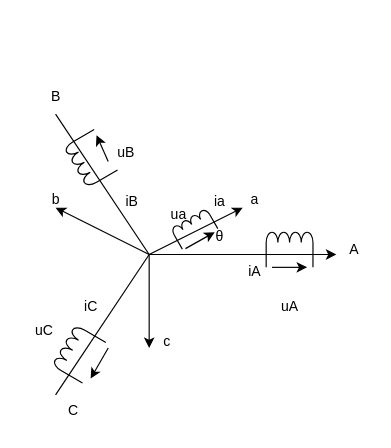
Above: 同步电机和异步电机数学模型.drawio in Vinson-001/Blog-flow-chart (draw.io), before the change. Source tidied: cells renumbered, new cells numbered last; positions are measured from the earlier drawing's top-left corner, leaving out a move shared by most shapes. Both pictures are drawn from the tidied source at 117%, with x=0, y=0 at pixel (20, 78).
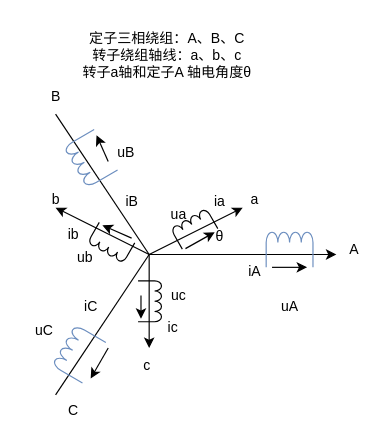
Above is the later version.

Commit message (it also covers changes not shown here):
更新同步电机和异步电机数学模型.drawio

Diff of the diagram source:
```diff
@@
     <mxCell id="13" value="c" style="text;html=1;align=center;verticalAlign=middle;strokeColor=none;fillColor=none;" parent="1" vertex="1">
-      <mxGeometry x="110" y="210" width="30" height="30" as="geometry" />
+      <mxGeometry x="93" y="230" width="30" height="30" as="geometry" />
     </mxCell>
-    <mxCell id="14" style="verticalLabelPosition=bottom;shadow=0;dashed=0;align=center;html=1;verticalAlign=top;shape=mxgraph.electrical.inductors.inductor;" parent="1" vertex="1">
+    <mxCell id="14" style="verticalLabelPosition=bottom;shadow=0;dashed=0;align=center;html=1;verticalAlign=top;shape=mxgraph.electrical.inductors.inductor;fillColor=#dae8fc;strokeColor=#6c8ebf;" parent="1" vertex="1">
       <mxGeometry x="210" y="131" width="40" height="30" as="geometry" />
     </mxCell>
-    <mxCell id="15" style="verticalLabelPosition=bottom;shadow=0;dashed=0;align=center;html=1;verticalAlign=top;shape=mxgraph.electrical.inductors.inductor;direction=north;rotation=-30;" parent="1" vertex="1">
+    <mxCell id="15" style="verticalLabelPosition=bottom;shadow=0;dashed=0;align=center;html=1;verticalAlign=top;shape=mxgraph.electrical.inductors.inductor;direction=north;rotation=-30;fillColor=#dae8fc;strokeColor=#6c8ebf;" parent="1" vertex="1">
       <mxGeometry x="45" y="48" width="30" height="40" as="geometry" />
     </mxCell>
-    <mxCell id="16" style="verticalLabelPosition=bottom;shadow=0;dashed=0;align=center;html=1;verticalAlign=top;shape=mxgraph.electrical.inductors.inductor;rotation=-60;" parent="1" vertex="1">
+    <mxCell id="16" style="verticalLabelPosition=bottom;shadow=0;dashed=0;align=center;html=1;verticalAlign=top;shape=mxgraph.electrical.inductors.inductor;rotation=-60;fillColor=#dae8fc;strokeColor=#6c8ebf;" parent="1" vertex="1">
       <mxGeometry x="30" y="220" width="40" height="30" as="geometry" />
     </mxCell>
@@
+    <mxCell id="31" style="verticalLabelPosition=bottom;shadow=0;dashed=0;align=center;html=1;verticalAlign=top;shape=mxgraph.electrical.inductors.inductor;rotation=-150;" parent="1" vertex="1">
+      <mxGeometry x="60" y="130" width="35" height="20" as="geometry" />
+    </mxCell>
+    <mxCell id="32" value="ib" style="text;html=1;align=center;verticalAlign=middle;strokeColor=none;fillColor=none;" parent="1" vertex="1">
+      <mxGeometry x="30" y="118" width="30" height="30" as="geometry" />
+    </mxCell>
+    <mxCell id="33" style="endArrow=classic;html=1;rounded=0;" parent="1" edge="1">
+      <mxGeometry relative="1" as="geometry">
+        <mxPoint x="95" y="136" as="sourcePoint" />
+        <mxPoint x="70" y="125" as="targetPoint" />
+      </mxGeometry>
+    </mxCell>
+    <mxCell id="34" value="ub" style="text;html=1;align=center;verticalAlign=middle;strokeColor=none;fillColor=none;" parent="1" vertex="1">
+      <mxGeometry x="35" y="138" width="40" height="30" as="geometry" />
+    </mxCell>
+    <mxCell id="35" style="verticalLabelPosition=bottom;shadow=0;dashed=0;align=center;html=1;verticalAlign=top;shape=mxgraph.electrical.inductors.inductor;rotation=90;" parent="1" vertex="1">
+      <mxGeometry x="93" y="180" width="35" height="20" as="geometry" />
+    </mxCell>
+    <mxCell id="36" value="ic" style="text;html=1;align=center;verticalAlign=middle;strokeColor=none;fillColor=none;" parent="1" vertex="1">
+      <mxGeometry x="115" y="198" width="30" height="30" as="geometry" />
+    </mxCell>
+    <mxCell id="37" style="endArrow=classic;html=1;rounded=0;" parent="1" edge="1">
+      <mxGeometry relative="1" as="geometry">
+        <mxPoint x="103" y="185" as="sourcePoint" />
+        <mxPoint x="103" y="205" as="targetPoint" />
+      </mxGeometry>
+    </mxCell>
+    <mxCell id="38" value="uc" style="text;html=1;align=center;verticalAlign=middle;strokeColor=none;fillColor=none;" parent="1" vertex="1">
+      <mxGeometry x="115" y="170" width="40" height="30" as="geometry" />
+    </mxCell>
+    <mxCell id="39" value="定子三相绕组：A、B、C&lt;div&gt;转子绕组轴线：a、b、c&lt;/div&gt;&lt;div&gt;转子a轴和定子A 轴电角度θ&lt;/div&gt;" style="text;html=1;align=center;verticalAlign=middle;strokeColor=none;fillColor=none;" parent="1" vertex="1">
+      <mxGeometry x="40" y="-50" width="170" height="60" as="geometry" />
+    </mxCell>
```
